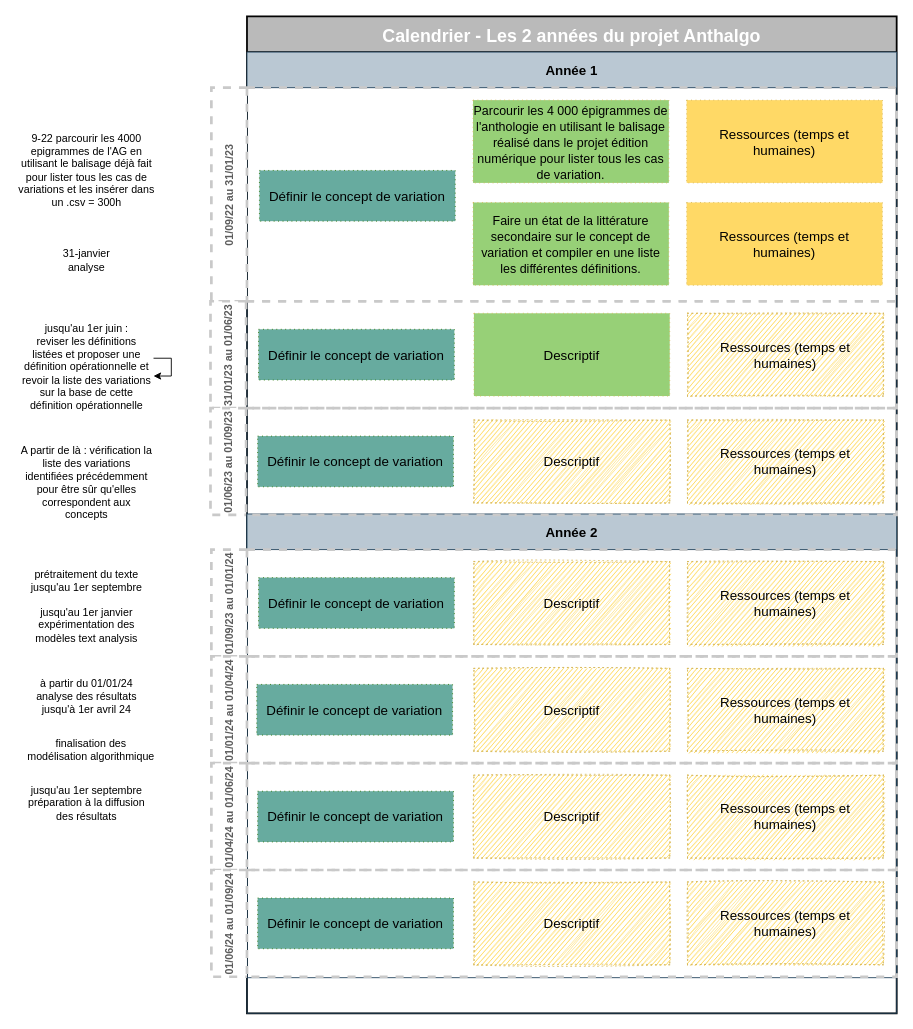
The draw.io diagram Untitled Diagram.drawio in RochDLY/drawAAP, before the edit. Source tidied: cells renumbered, new cells numbered last; positions are measured from the earlier drawing's top-left corner, leaving out a move shared by most shapes. Both pictures are drawn from the tidied source at 89%, with x=0, y=0 at pixel (15, 16).
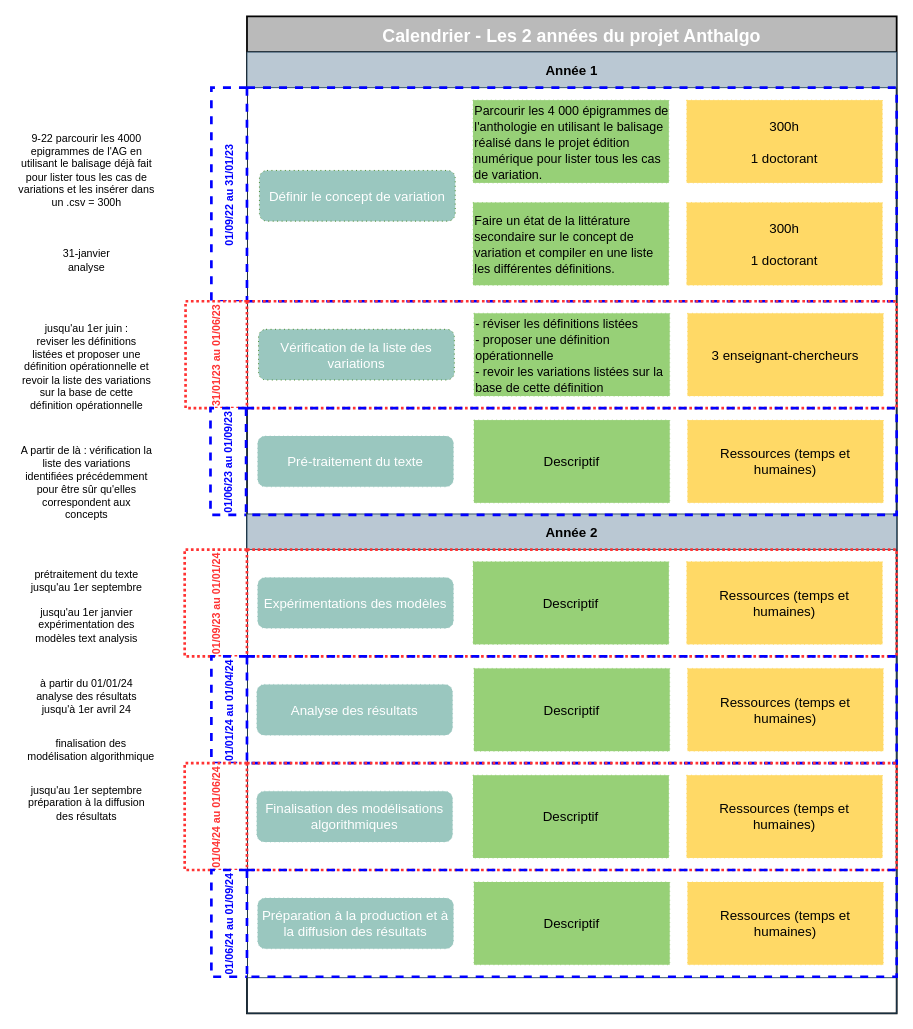
The same diagram, later.

The change refers to these unchanged cells:
```xml
<mxCell id="3" value="Année 1" style="swimlane;startSize=40;fillColor=#bac8d3;strokeColor=#23445d;fontSize=15;" parent="2" vertex="1">
  <mxGeometry y="40" width="730" height="1080" as="geometry" />
</mxCell>
<mxCell id="15" value="&lt;div&gt;jusqu'au 1er juin : &lt;br&gt;&lt;/div&gt;&lt;div&gt;reviser les définitions listées et proposer une définition opérationnelle et revoir la liste des variations sur la base de cette définition opérationnelle&lt;br&gt;&lt;/div&gt;" style="text;html=1;strokeColor=none;fillColor=none;align=center;verticalAlign=middle;whiteSpace=wrap;rounded=0;" parent="1" vertex="1">
  <mxGeometry x="5" y="379" width="150" height="30" as="geometry" />
</mxCell>
```

Diff of the diagram source:
```diff
@@
-    <mxCell id="4" value="01/09/22 au 31/01/23" style="swimlane;horizontal=0;dashed=1;startSize=40;fontSize=12;strokeWidth=3;strokeColor=#C9C9C9;fontColor=#5C5C5C;" parent="3" vertex="1">
+    <mxCell id="4" value="01/09/22 au 31/01/23" style="swimlane;horizontal=0;dashed=1;startSize=40;fontSize=12;strokeWidth=3;strokeColor=#0000FF;fontColor=#0000FF;" parent="3" vertex="1">
       <mxGeometry x="-40" y="40" width="770" height="240" as="geometry" />
     </mxCell>
@@
-    <mxCell id="6" value="&lt;font color=&quot;#000000&quot;&gt;Définir le concept de variation&lt;/font&gt;" style="rounded=0;whiteSpace=wrap;html=1;dashed=1;fontSize=15;fillColor=#67AB9F;strokeColor=#2D7600;dashPattern=1 4;align=center;sketch=0;fontColor=#ffffff;" parent="4" vertex="1">
+    <mxCell id="6" value="Définir le concept de variation" style="rounded=1;whiteSpace=wrap;html=1;dashed=1;fontSize=15;fillColor=#9AC7BF;strokeColor=#2D7600;dashPattern=1 4;align=center;sketch=0;fontColor=#ffffff;" parent="4" vertex="1">
       <mxGeometry x="54" y="93" width="220" height="57" as="geometry" />
     </mxCell>
-    <mxCell id="7" value="&lt;font style=&quot;font-size: 14px&quot;&gt;Parcourir les 4 000 épigrammes de l'anthologie en utilisant le balisage réalisé dans le projet édition numérique pour lister tous les cas de variation.&lt;/font&gt;" style="rounded=0;whiteSpace=wrap;html=1;dashed=1;fontSize=15;fillColor=#97D077;strokeColor=#d6b656;dashPattern=1 4;gradientColor=none;align=center;sketch=0;" parent="4" vertex="1">
+    <mxCell id="7" value="&lt;div align=&quot;left&quot;&gt;&lt;font style=&quot;font-size: 14px&quot;&gt;Parcourir les 4 000 épigrammes de l'anthologie en utilisant le balisage réalisé dans le projet édition numérique pour lister tous les cas de variation.&lt;/font&gt;&lt;/div&gt;" style="rounded=0;whiteSpace=wrap;html=1;dashed=1;fontSize=15;fillColor=#97D077;strokeColor=#97D077;dashPattern=1 4;gradientColor=none;align=left;sketch=0;" parent="4" vertex="1">
       <mxGeometry x="294" y="14" width="220" height="93" as="geometry" />
     </mxCell>
-    <mxCell id="8" value="Ressources (temps et humaines)" style="rounded=0;whiteSpace=wrap;html=1;dashed=1;fontSize=15;fillColor=#FFD966;strokeColor=#d6b656;dashPattern=1 4;gradientColor=none;align=center;sketch=0;" parent="4" vertex="1">
+    <mxCell id="8" value="&lt;div&gt;300h&lt;/div&gt;&lt;div&gt;&lt;br&gt;&lt;/div&gt;&lt;div&gt;1 doctorant&lt;br&gt;&lt;/div&gt;" style="rounded=0;whiteSpace=wrap;html=1;dashed=1;fontSize=15;fillColor=#FFD966;strokeColor=#FFD966;dashPattern=1 4;gradientColor=none;align=center;sketch=0;" parent="4" vertex="1">
       <mxGeometry x="534" y="14" width="220" height="93" as="geometry" />
     </mxCell>
-    <mxCell id="9" value="&lt;font style=&quot;font-size: 14px&quot;&gt;Faire un état de la littérature secondaire sur le concept de variation et compiler en une liste les différentes définitions.&lt;/font&gt;" style="rounded=0;whiteSpace=wrap;html=1;dashed=1;fontSize=15;fillColor=#97D077;strokeColor=#d6b656;dashPattern=1 4;gradientColor=none;align=center;sketch=0;" parent="4" vertex="1">
+    <mxCell id="9" value="&lt;div align=&quot;left&quot;&gt;&lt;font style=&quot;font-size: 14px&quot;&gt;Faire un état de la littérature secondaire sur le concept de variation et compiler en une liste les différentes définitions.&lt;/font&gt;&lt;/div&gt;" style="rounded=0;whiteSpace=wrap;html=1;dashed=1;fontSize=15;fillColor=#97D077;strokeColor=#97D077;dashPattern=1 4;gradientColor=none;align=left;sketch=0;" parent="4" vertex="1">
       <mxGeometry x="294" y="129" width="220" height="93" as="geometry" />
     </mxCell>
-    <mxCell id="10" value="Ressources (temps et humaines)" style="rounded=0;whiteSpace=wrap;html=1;dashed=1;fontSize=15;fillColor=#FFD966;strokeColor=#d6b656;dashPattern=1 4;gradientColor=none;align=center;sketch=0;" parent="4" vertex="1">
+    <mxCell id="10" value="&lt;div&gt;300h&lt;/div&gt;&lt;div&gt;&lt;br&gt;&lt;/div&gt;&lt;div&gt;1 doctorant&lt;br&gt;&lt;/div&gt;" style="rounded=0;whiteSpace=wrap;html=1;dashed=1;fontSize=15;fillColor=#FFD966;strokeColor=#FFD966;dashPattern=1 4;gradientColor=none;align=center;sketch=0;" parent="4" vertex="1">
       <mxGeometry x="534" y="129" width="220" height="93" as="geometry" />
     </mxCell>
@@
-    <mxCell id="16" style="edgeStyle=orthogonalEdgeStyle;rounded=0;orthogonalLoop=1;jettySize=auto;html=1;" parent="1" edge="1" source="15" target="15">
-      <mxGeometry relative="1" as="geometry" />
-    </mxCell>
@@
-    <mxCell id="22" value="31/01/23 au 01/06/23" style="swimlane;horizontal=0;dashed=1;startSize=40;fontSize=12;strokeWidth=3;strokeColor=#C9C9C9;fontColor=#5C5C5C;" parent="1" vertex="1">
-      <mxGeometry x="219" y="320" width="771" height="120" as="geometry" />
+    <mxCell id="22" value="31/01/23 au 01/06/23" style="swimlane;horizontal=0;startSize=69;fontSize=12;strokeWidth=3;strokeColor=#FF3333;fontColor=#FF3333;dashed=1;dashPattern=1 1;" parent="1" vertex="1">
+      <mxGeometry x="191" y="320" width="799" height="120" as="geometry" />
     </mxCell>
@@
-    <mxCell id="24" value="Descriptif" style="rounded=0;whiteSpace=wrap;html=1;dashed=1;fontSize=15;fillColor=#97D077;strokeColor=#d6b656;dashPattern=1 4;gradientColor=none;align=center;sketch=0;" parent="22" vertex="1">
-      <mxGeometry x="296" y="13.5" width="220" height="93" as="geometry" />
+    <mxCell id="24" value="&lt;div align=&quot;left&quot;&gt;&lt;font style=&quot;font-size: 14px&quot;&gt;- réviser les définitions listées&lt;/font&gt;&lt;br&gt;&lt;font style=&quot;font-size: 14px&quot;&gt;- proposer une définition opérationnelle &lt;/font&gt;&lt;br&gt;&lt;font style=&quot;font-size: 14px&quot;&gt;- revoir les variations listées sur la base de cette définition&lt;/font&gt;&lt;/div&gt;" style="rounded=0;whiteSpace=wrap;html=1;dashed=1;fontSize=15;fillColor=#97D077;strokeColor=#97D077;dashPattern=1 4;gradientColor=none;align=left;sketch=0;" parent="22" vertex="1">
+      <mxGeometry x="324" y="13.5" width="220" height="93" as="geometry" />
     </mxCell>
-    <mxCell id="25" value="Ressources (temps et humaines)" style="rounded=0;whiteSpace=wrap;html=1;dashed=1;fontSize=15;fillColor=#FFCD28;strokeColor=#d6b656;dashPattern=1 4;gradientColor=none;align=center;sketch=1;" parent="22" vertex="1">
-      <mxGeometry x="536" y="13.5" width="220" height="93" as="geometry" />
+    <mxCell id="25" value="3 enseignant-chercheurs" style="rounded=0;whiteSpace=wrap;html=1;dashed=1;fontSize=15;fillColor=#FFD966;strokeColor=#FFD966;dashPattern=1 4;gradientColor=none;align=center;sketch=0;" parent="22" vertex="1">
+      <mxGeometry x="564" y="13.5" width="220" height="93" as="geometry" />
     </mxCell>
-    <mxCell id="26" value="&lt;font color=&quot;#000000&quot;&gt;Définir le concept de variation&lt;/font&gt;" style="rounded=0;whiteSpace=wrap;html=1;dashed=1;fontSize=15;fillColor=#67AB9F;strokeColor=#2D7600;dashPattern=1 4;align=center;sketch=0;fontColor=#ffffff;" parent="22" vertex="1">
-      <mxGeometry x="54" y="31.5" width="220" height="57" as="geometry" />
+    <mxCell id="26" value="Vérification de la liste des variations" style="rounded=1;whiteSpace=wrap;html=1;dashed=1;fontSize=15;fillColor=#9AC7BF;strokeColor=#2D7600;dashPattern=1 4;align=center;sketch=0;fontColor=#ffffff;" parent="22" vertex="1">
+      <mxGeometry x="82" y="31.5" width="220" height="57" as="geometry" />
     </mxCell>
-    <mxCell id="27" value="01/06/23 au 01/09/23" style="swimlane;horizontal=0;dashed=1;startSize=40;fontSize=12;strokeWidth=3;strokeColor=#C9C9C9;fontColor=#5C5C5C;" parent="1" vertex="1">
+    <mxCell id="27" value="01/06/23 au 01/09/23" style="swimlane;horizontal=0;dashed=1;startSize=40;fontSize=12;strokeWidth=3;strokeColor=#0000FF;fontColor=#0000FF;" parent="1" vertex="1">
       <mxGeometry x="219" y="440" width="771" height="120" as="geometry" />
     </mxCell>
@@
-    <mxCell id="29" value="Descriptif" style="rounded=0;whiteSpace=wrap;html=1;dashed=1;fontSize=15;fillColor=#FFCD28;strokeColor=#d6b656;dashPattern=1 4;gradientColor=none;align=center;sketch=1;" parent="27" vertex="1">
+    <mxCell id="29" value="Descriptif" style="rounded=0;whiteSpace=wrap;html=1;dashed=1;fontSize=15;fillColor=#97D077;strokeColor=#97D077;dashPattern=1 4;gradientColor=none;align=center;sketch=0;" parent="27" vertex="1">
       <mxGeometry x="296" y="13.5" width="220" height="93" as="geometry" />
     </mxCell>
-    <mxCell id="30" value="Ressources (temps et humaines)" style="rounded=0;whiteSpace=wrap;html=1;dashed=1;fontSize=15;fillColor=#FFCD28;strokeColor=#d6b656;dashPattern=1 4;gradientColor=none;align=center;sketch=1;" parent="27" vertex="1">
+    <mxCell id="30" value="Ressources (temps et humaines)" style="rounded=0;whiteSpace=wrap;html=1;dashed=1;fontSize=15;fillColor=#FFD966;strokeColor=#FFD966;dashPattern=1 4;gradientColor=none;align=center;sketch=0;" parent="27" vertex="1">
       <mxGeometry x="536" y="13.5" width="220" height="93" as="geometry" />
     </mxCell>
-    <mxCell id="31" value="&lt;font color=&quot;#000000&quot;&gt;Définir le concept de variation&lt;/font&gt;" style="rounded=0;whiteSpace=wrap;html=1;dashed=1;fontSize=15;fillColor=#67AB9F;strokeColor=#2D7600;dashPattern=1 4;align=center;sketch=0;fontColor=#ffffff;" parent="27" vertex="1">
+    <mxCell id="31" value="Pré-traitement du texte" style="rounded=1;whiteSpace=wrap;html=1;dashed=1;fontSize=15;fillColor=#9AC7BF;strokeColor=#9AC7BF;dashPattern=1 4;align=center;sketch=0;fontColor=#ffffff;" parent="27" vertex="1">
       <mxGeometry x="53" y="31.5" width="220" height="57" as="geometry" />
     </mxCell>
-    <mxCell id="32" value="01/09/23 au 01/01/24" style="swimlane;horizontal=0;dashed=1;startSize=40;fontSize=12;strokeWidth=3;strokeColor=#C9C9C9;fontColor=#5C5C5C;" parent="1" vertex="1">
-      <mxGeometry x="220" y="599" width="770" height="120" as="geometry" />
+    <mxCell id="32" value="01/09/23 au 01/01/24" style="swimlane;horizontal=0;dashed=1;startSize=70;fontSize=12;strokeWidth=3;strokeColor=#FF3333;fontColor=#FF3333;dashPattern=1 1;" parent="1" vertex="1">
+      <mxGeometry x="190" y="599" width="800" height="120" as="geometry" />
     </mxCell>
@@
-    <mxCell id="34" value="Descriptif" style="rounded=0;whiteSpace=wrap;html=1;dashed=1;fontSize=15;fillColor=#FFCD28;strokeColor=#d6b656;dashPattern=1 4;gradientColor=none;align=center;sketch=1;" parent="32" vertex="1">
-      <mxGeometry x="295" y="13.5" width="220" height="93" as="geometry" />
+    <mxCell id="34" value="Descriptif" style="rounded=0;whiteSpace=wrap;html=1;dashed=1;fontSize=15;fillColor=#97D077;strokeColor=#97D077;dashPattern=1 4;gradientColor=none;align=center;sketch=0;" parent="32" vertex="1">
+      <mxGeometry x="324" y="13.5" width="220" height="93" as="geometry" />
     </mxCell>
-    <mxCell id="35" value="Ressources (temps et humaines)" style="rounded=0;whiteSpace=wrap;html=1;dashed=1;fontSize=15;fillColor=#FFCD28;strokeColor=#d6b656;dashPattern=1 4;gradientColor=none;align=center;sketch=1;" parent="32" vertex="1">
-      <mxGeometry x="535" y="13.5" width="220" height="93" as="geometry" />
+    <mxCell id="35" value="Ressources (temps et humaines)" style="rounded=0;whiteSpace=wrap;html=1;dashed=1;fontSize=15;fillColor=#FFD966;strokeColor=#FFD966;dashPattern=1 4;gradientColor=none;align=center;sketch=0;" parent="32" vertex="1">
+      <mxGeometry x="564" y="13.5" width="220" height="93" as="geometry" />
     </mxCell>
-    <mxCell id="36" value="&lt;font color=&quot;#000000&quot;&gt;Définir le concept de variation&lt;/font&gt;" style="rounded=0;whiteSpace=wrap;html=1;dashed=1;fontSize=15;fillColor=#67AB9F;strokeColor=#2D7600;dashPattern=1 4;align=center;sketch=0;fontColor=#ffffff;" parent="32" vertex="1">
-      <mxGeometry x="53" y="31.5" width="220" height="57" as="geometry" />
+    <mxCell id="36" value="Expérimentations des modèles" style="rounded=1;whiteSpace=wrap;html=1;dashed=1;fontSize=15;fillColor=#9AC7BF;strokeColor=#9AC7BF;dashPattern=1 4;align=center;sketch=0;fontColor=#ffffff;" parent="32" vertex="1">
+      <mxGeometry x="82" y="31.5" width="220" height="57" as="geometry" />
     </mxCell>
-    <mxCell id="37" value="01/01/24 au 01/04/24" style="swimlane;horizontal=0;dashed=1;startSize=40;fontSize=12;strokeWidth=3;strokeColor=#C9C9C9;fontColor=#5C5C5C;" parent="1" vertex="1">
+    <mxCell id="37" value="01/01/24 au 01/04/24" style="swimlane;horizontal=0;dashed=1;startSize=40;fontSize=12;strokeWidth=3;strokeColor=#0000FF;fontColor=#0000FF;" parent="1" vertex="1">
       <mxGeometry x="220" y="719" width="770" height="120" as="geometry" />
     </mxCell>
@@
-    <mxCell id="39" value="Descriptif" style="rounded=0;whiteSpace=wrap;html=1;dashed=1;fontSize=15;fillColor=#FFCD28;strokeColor=#d6b656;dashPattern=1 4;gradientColor=none;align=center;sketch=1;" parent="37" vertex="1">
+    <mxCell id="39" value="Descriptif" style="rounded=0;whiteSpace=wrap;html=1;dashed=1;fontSize=15;fillColor=#97D077;strokeColor=#97D077;dashPattern=1 4;gradientColor=none;align=center;sketch=0;" parent="37" vertex="1">
       <mxGeometry x="295" y="13.5" width="220" height="93" as="geometry" />
     </mxCell>
-    <mxCell id="40" value="Ressources (temps et humaines)" style="rounded=0;whiteSpace=wrap;html=1;dashed=1;fontSize=15;fillColor=#FFCD28;strokeColor=#d6b656;dashPattern=1 4;gradientColor=none;align=center;sketch=1;" parent="37" vertex="1">
+    <mxCell id="40" value="Ressources (temps et humaines)" style="rounded=0;whiteSpace=wrap;html=1;dashed=1;fontSize=15;fillColor=#FFD966;strokeColor=#FFD966;dashPattern=1 4;gradientColor=none;align=center;sketch=0;" parent="37" vertex="1">
       <mxGeometry x="535" y="13.5" width="220" height="93" as="geometry" />
     </mxCell>
-    <mxCell id="41" value="&lt;font color=&quot;#000000&quot;&gt;Définir le concept de variation&lt;/font&gt;" style="rounded=0;whiteSpace=wrap;html=1;dashed=1;fontSize=15;fillColor=#67AB9F;strokeColor=#2D7600;dashPattern=1 4;align=center;sketch=0;fontColor=#ffffff;" parent="37" vertex="1">
+    <mxCell id="41" value="Analyse des résultats" style="rounded=1;whiteSpace=wrap;html=1;dashed=1;fontSize=15;fillColor=#9AC7BF;strokeColor=#9AC7BF;dashPattern=1 4;align=center;sketch=0;fontColor=#ffffff;" parent="37" vertex="1">
       <mxGeometry x="51" y="31.5" width="220" height="57" as="geometry" />
     </mxCell>
-    <mxCell id="42" value="01/04/24 au 01/06/24" style="swimlane;horizontal=0;dashed=1;startSize=40;fontSize=12;strokeWidth=3;strokeColor=#C9C9C9;fontColor=#5C5C5C;" parent="1" vertex="1">
-      <mxGeometry x="220" y="839" width="770" height="120" as="geometry" />
+    <mxCell id="42" value="01/04/24 au 01/06/24" style="swimlane;horizontal=0;dashed=1;startSize=70;fontSize=12;strokeWidth=3;strokeColor=#FF3333;fontColor=#FF3333;dashPattern=1 1;" parent="1" vertex="1">
+      <mxGeometry x="190" y="839" width="800" height="120" as="geometry" />
     </mxCell>
@@
-    <mxCell id="44" value="Descriptif" style="rounded=0;whiteSpace=wrap;html=1;dashed=1;fontSize=15;fillColor=#FFCD28;strokeColor=#d6b656;dashPattern=1 4;gradientColor=none;align=center;sketch=1;" parent="42" vertex="1">
-      <mxGeometry x="295" y="13.5" width="220" height="93" as="geometry" />
+    <mxCell id="44" value="Descriptif" style="rounded=0;whiteSpace=wrap;html=1;dashed=1;fontSize=15;fillColor=#97D077;strokeColor=#97D077;dashPattern=1 4;gradientColor=none;align=center;sketch=0;" parent="42" vertex="1">
+      <mxGeometry x="324" y="13.5" width="220" height="93" as="geometry" />
     </mxCell>
-    <mxCell id="45" value="Ressources (temps et humaines)" style="rounded=0;whiteSpace=wrap;html=1;dashed=1;fontSize=15;fillColor=#FFCD28;strokeColor=#d6b656;dashPattern=1 4;gradientColor=none;align=center;sketch=1;" parent="42" vertex="1">
-      <mxGeometry x="535" y="13.5" width="220" height="93" as="geometry" />
+    <mxCell id="45" value="Ressources (temps et humaines)" style="rounded=0;whiteSpace=wrap;html=1;dashed=1;fontSize=15;fillColor=#FFD966;strokeColor=#FFD966;dashPattern=1 4;gradientColor=none;align=center;sketch=0;" parent="42" vertex="1">
+      <mxGeometry x="564" y="13.5" width="220" height="93" as="geometry" />
     </mxCell>
-    <mxCell id="46" value="&lt;font color=&quot;#000000&quot;&gt;Définir le concept de variation&lt;/font&gt;" style="rounded=0;whiteSpace=wrap;html=1;dashed=1;fontSize=15;fillColor=#67AB9F;strokeColor=#2D7600;dashPattern=1 4;align=center;sketch=0;fontColor=#ffffff;" parent="42" vertex="1">
-      <mxGeometry x="52" y="31.5" width="220" height="57" as="geometry" />
+    <mxCell id="46" value="Finalisation des modélisations algorithmiques" style="rounded=1;whiteSpace=wrap;html=1;dashed=1;fontSize=15;fillColor=#9AC7BF;strokeColor=#9AC7BF;dashPattern=1 4;align=center;sketch=0;fontColor=#ffffff;" parent="42" vertex="1">
+      <mxGeometry x="81" y="31.5" width="220" height="57" as="geometry" />
     </mxCell>
-    <mxCell id="47" value="01/06/24 au 01/09/24" style="swimlane;horizontal=0;dashed=1;startSize=40;fontSize=12;strokeWidth=3;strokeColor=#C9C9C9;fontColor=#5C5C5C;" parent="1" vertex="1">
+    <mxCell id="47" value="01/06/24 au 01/09/24" style="swimlane;horizontal=0;dashed=1;startSize=40;fontSize=12;strokeWidth=3;strokeColor=#0000FF;fontColor=#0000FF;" parent="1" vertex="1">
       <mxGeometry x="220" y="959" width="770" height="120" as="geometry" />
     </mxCell>
@@
-    <mxCell id="49" value="Descriptif" style="rounded=0;whiteSpace=wrap;html=1;dashed=1;fontSize=15;fillColor=#FFCD28;strokeColor=#d6b656;dashPattern=1 4;gradientColor=none;align=center;sketch=1;" parent="47" vertex="1">
+    <mxCell id="49" value="Descriptif" style="rounded=0;whiteSpace=wrap;html=1;dashed=1;fontSize=15;fillColor=#97D077;strokeColor=#97D077;dashPattern=1 4;gradientColor=none;align=center;sketch=0;" parent="47" vertex="1">
       <mxGeometry x="295" y="13.5" width="220" height="93" as="geometry" />
     </mxCell>
-    <mxCell id="50" value="Ressources (temps et humaines)" style="rounded=0;whiteSpace=wrap;html=1;dashed=1;fontSize=15;fillColor=#FFCD28;strokeColor=#d6b656;dashPattern=1 4;gradientColor=none;align=center;sketch=1;" parent="47" vertex="1">
+    <mxCell id="50" value="Ressources (temps et humaines)" style="rounded=0;whiteSpace=wrap;html=1;dashed=1;fontSize=15;fillColor=#FFD966;strokeColor=#FFD966;dashPattern=1 4;gradientColor=none;align=center;sketch=0;" parent="47" vertex="1">
       <mxGeometry x="535" y="13.5" width="220" height="93" as="geometry" />
     </mxCell>
-    <mxCell id="51" value="&lt;font color=&quot;#000000&quot;&gt;Définir le concept de variation&lt;/font&gt;" style="rounded=0;whiteSpace=wrap;html=1;dashed=1;fontSize=15;fillColor=#67AB9F;strokeColor=#2D7600;dashPattern=1 4;align=center;sketch=0;fontColor=#ffffff;" parent="47" vertex="1">
+    <mxCell id="51" value="Préparation à la production et à la diffusion des résultats" style="rounded=1;whiteSpace=wrap;html=1;dashed=1;fontSize=15;fillColor=#9AC7BF;strokeColor=#9AC7BF;dashPattern=1 4;align=center;sketch=0;fontColor=#ffffff;" parent="47" vertex="1">
       <mxGeometry x="52" y="31.5" width="220" height="57" as="geometry" />
     </mxCell>
```
